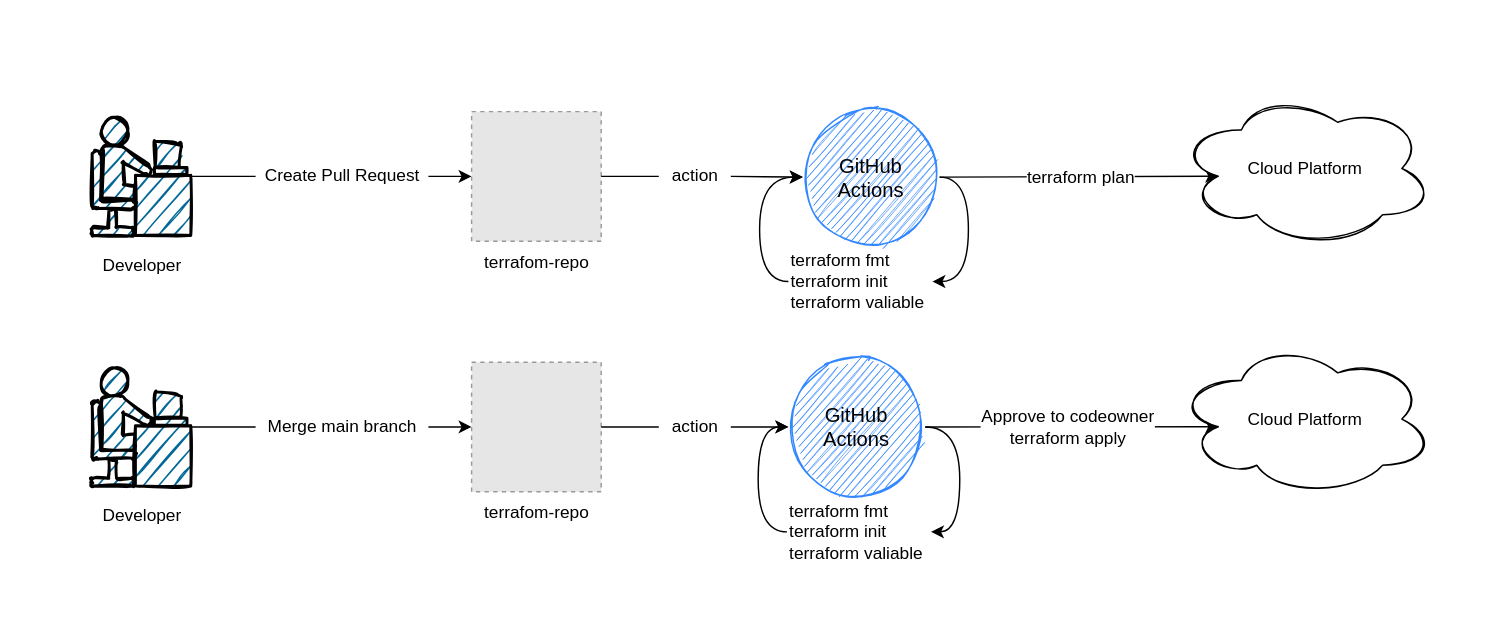
This is devopsdays-tokyo-2021/terraform-gitops.drawio from hiiiide/diagram, a draw.io file, before an edit. Source tidied: cells renumbered, new cells numbered last; positions are measured from the earlier drawing's top-left corner, leaving out a move shared by most shapes. Both pictures are drawn from the tidied source at 144%, with x=0, y=0 at pixel (24, 24). Pictures stored in the file or linked from it are replaced by grey dashed boxes.
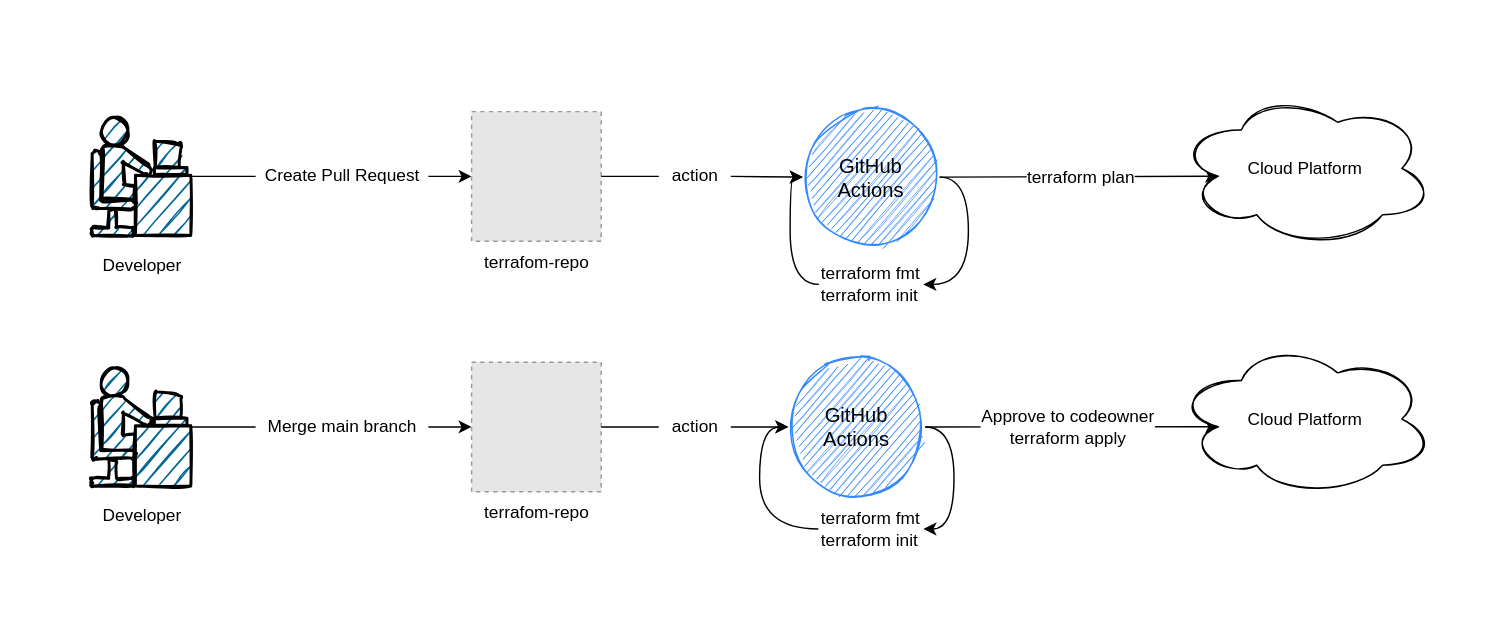
After the change.

Commit message (it also covers changes not shown here):
Update terraform-gitops

Diff of the diagram source:
```diff
@@
-    <mxCell id="15" value="terraform fmt&lt;br&gt;terraform&amp;nbsp;init&lt;br&gt;terraform&lt;span&gt;&amp;nbsp;valiable&lt;/span&gt;" style="text;html=1;strokeColor=none;fillColor=none;align=left;verticalAlign=middle;whiteSpace=wrap;rounded=0;sketch=0;" parent="1" vertex="1">
-      <mxGeometry x="530" y="153" width="100" height="50" as="geometry" />
+    <mxCell id="15" value="terraform fmt&lt;br&gt;terraform&amp;nbsp;init" style="text;html=1;strokeColor=none;fillColor=none;align=left;verticalAlign=middle;whiteSpace=wrap;rounded=0;sketch=0;" parent="1" vertex="1">
+      <mxGeometry x="551.2" y="155" width="72.5" height="50" as="geometry" />
     </mxCell>
@@
-    <mxCell id="29" value="terraform fmt&lt;br&gt;terraform&amp;nbsp;init&lt;br&gt;terraform&lt;span&gt;&amp;nbsp;valiable&lt;/span&gt;" style="text;html=1;strokeColor=none;fillColor=none;align=left;verticalAlign=middle;whiteSpace=wrap;rounded=0;" parent="1" vertex="1">
-      <mxGeometry x="529" y="331" width="100" height="41.7" as="geometry" />
+    <mxCell id="29" value="terraform fmt&lt;br&gt;terraform&amp;nbsp;init" style="text;html=1;strokeColor=none;fillColor=none;align=left;verticalAlign=middle;whiteSpace=wrap;rounded=0;" parent="1" vertex="1">
+      <mxGeometry x="550.8" y="329" width="73" height="41.7" as="geometry" />
     </mxCell>
```
